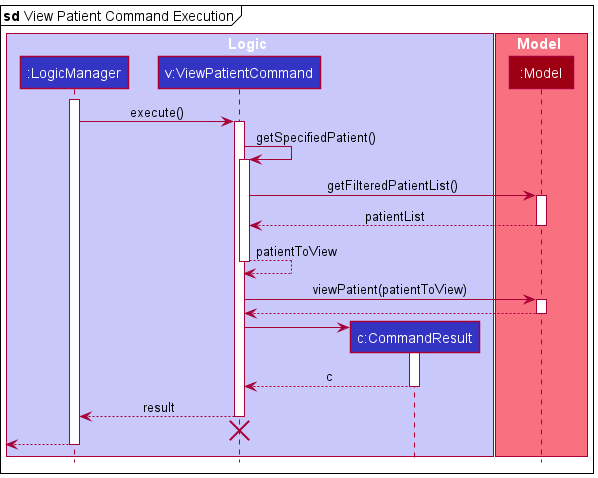
This is docs/images/ViewPatientExecution.png from simonjulianl/tp, a PlantUML export, as it was before one commit.
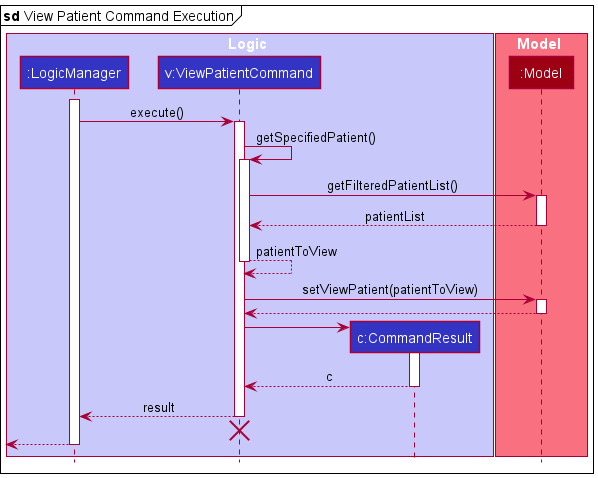
The same diagram one commit later.

Change to the diagram source:
```diff
@@ -25,7 +25,7 @@
 
 return patientToView
 
-ViewPatientCommand -> Model : viewPatient(patientToView)
+ViewPatientCommand -> Model : setViewPatient(patientToView)
 activate Model
 
 Model --> ViewPatientCommand
```
